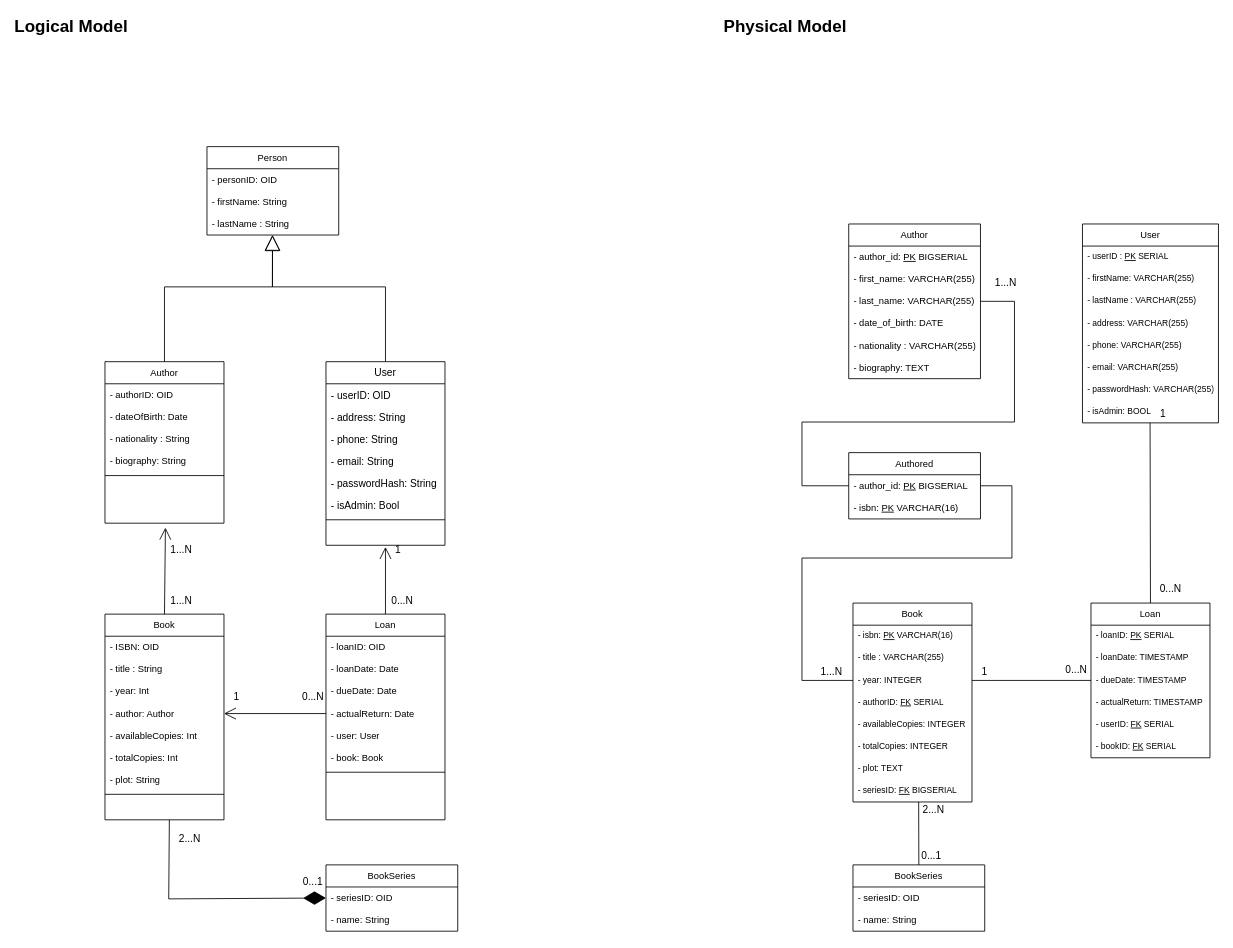
pfumarola/ld-01 keeps this draw.io diagram as docs/UML/UML.drawio.xml. Above is the earlier version. Source tidied: cells renumbered, new cells numbered last; positions are measured from the earlier drawing's top-left corner, leaving out a move shared by most shapes. Both pictures are drawn from the tidied source at 85%, with x=0, y=0 at pixel (37, 14).
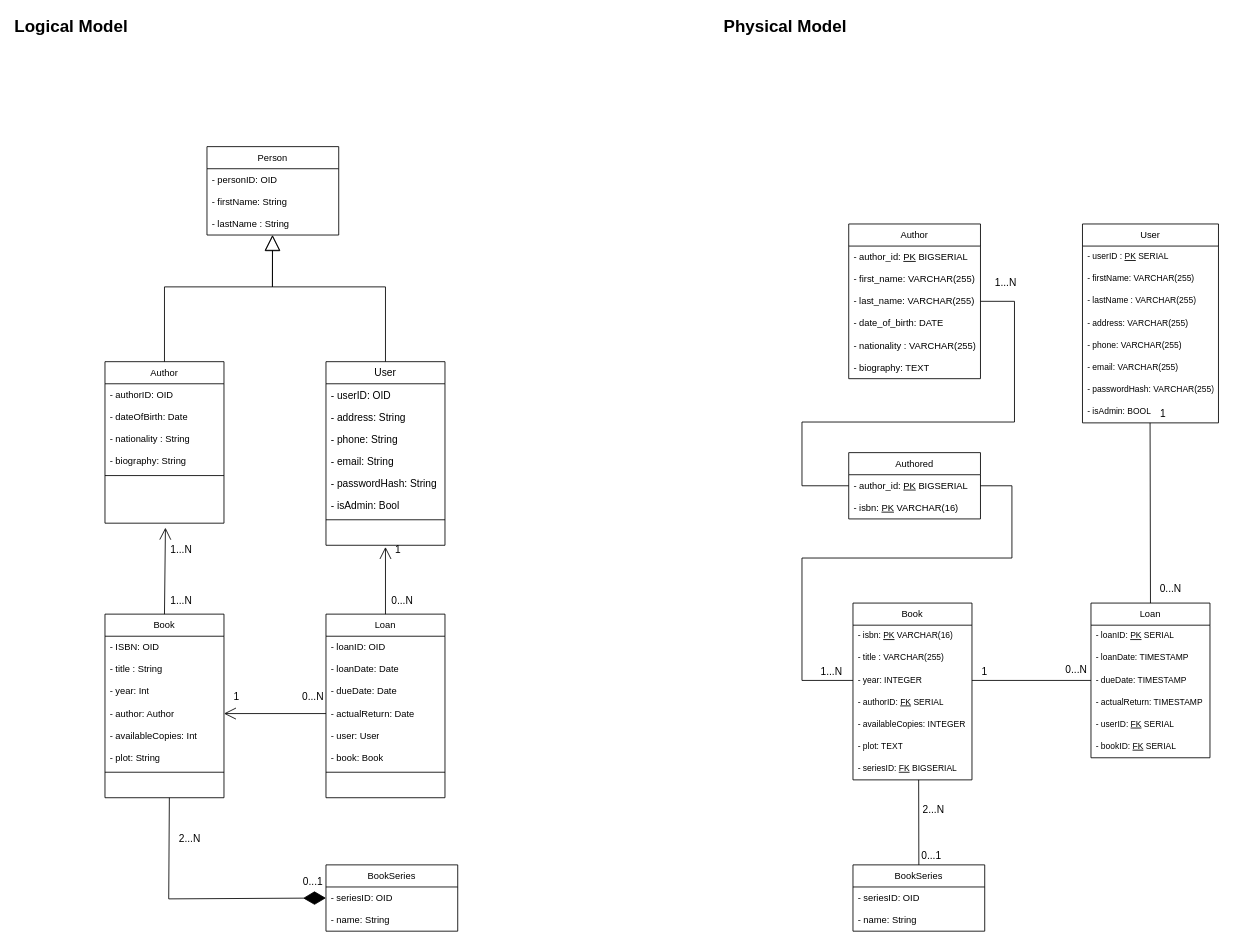
After the change.

What changed in the source:
```diff
@@
     <mxCell id="2" value="Book" style="swimlane;fontStyle=0;horizontal=1;startSize=26;fillColor=none;whiteSpace=wrap;html=1;fontSize=11;" parent="1" vertex="1">
-      <mxGeometry x="80" y="705" width="140" height="242" as="geometry" />
+      <mxGeometry x="80" y="705" width="140" height="216" as="geometry" />
     </mxCell>
@@
-    <mxCell id="8" value="- totalCopies: Int" style="text;strokeColor=none;fillColor=none;align=left;verticalAlign=top;spacingLeft=4;spacingRight=4;overflow=hidden;whiteSpace=wrap;html=1;fontSize=11;" parent="2" vertex="1">
-      <mxGeometry y="156" width="140" height="26" as="geometry" />
-    </mxCell>
     <mxCell id="9" value="- plot: String" style="text;strokeColor=none;fillColor=none;align=left;verticalAlign=top;spacingLeft=4;spacingRight=4;overflow=hidden;whiteSpace=wrap;html=1;fontSize=11;" parent="2" vertex="1">
-      <mxGeometry y="182" width="140" height="26" as="geometry" />
+      <mxGeometry y="156" width="140" height="26" as="geometry" />
     </mxCell>
     <mxCell id="10" style="line;strokeWidth=1;fillColor=none;align=left;verticalAlign=middle;spacingTop=-1;spacingLeft=3;spacingRight=3;labelPosition=right;strokeColor=inherit;" parent="2" vertex="1">
-      <mxGeometry y="208" width="140" height="8" as="geometry" />
+      <mxGeometry y="182" width="140" height="8" as="geometry" />
     </mxCell>
     <mxCell id="11" style="text;strokeColor=none;fillColor=none;align=left;verticalAlign=top;spacingLeft=4;spacingRight=4;overflow=hidden;points=[[0,0.5],[1,0.5]];portConstraint=eastwest;whiteSpace=wrap;html=1;" parent="2" vertex="1">
-      <mxGeometry y="216" width="140" height="26" as="geometry" />
+      <mxGeometry y="190" width="140" height="26" as="geometry" />
     </mxCell>
@@
     <mxCell id="29" value="Loan" style="swimlane;fontStyle=0;horizontal=1;startSize=26;fillColor=none;whiteSpace=wrap;html=1;fontSize=11;" parent="1" vertex="1">
-      <mxGeometry x="340" y="705" width="140" height="242" as="geometry" />
+      <mxGeometry x="340" y="705" width="140" height="216" as="geometry" />
     </mxCell>
@@
-    <mxCell id="38" style="text;strokeColor=none;fillColor=none;align=left;verticalAlign=top;spacingLeft=4;spacingRight=4;overflow=hidden;whiteSpace=wrap;html=1;" parent="29" vertex="1">
-      <mxGeometry y="216" width="140" height="26" as="geometry" />
-    </mxCell>
@@
     <mxCell id="45" value="Book" style="swimlane;fontStyle=0;horizontal=1;startSize=26;fillColor=none;whiteSpace=wrap;html=1;fontSize=11;" parent="1" vertex="1">
-      <mxGeometry x="960" y="692" width="140" height="234" as="geometry" />
+      <mxGeometry x="960" y="692" width="140" height="208" as="geometry" />
     </mxCell>
@@
-    <mxCell id="51" value="- totalCopies: INTEGER" style="text;strokeColor=none;fillColor=none;align=left;verticalAlign=top;spacingLeft=4;spacingRight=4;overflow=hidden;whiteSpace=wrap;html=1;fontSize=10;" parent="45" vertex="1">
-      <mxGeometry y="156" width="140" height="26" as="geometry" />
-    </mxCell>
     <mxCell id="52" value="- plot: TEXT" style="text;strokeColor=none;fillColor=none;align=left;verticalAlign=top;spacingLeft=4;spacingRight=4;overflow=hidden;whiteSpace=wrap;html=1;fontSize=10;" parent="45" vertex="1">
-      <mxGeometry y="182" width="140" height="26" as="geometry" />
+      <mxGeometry y="156" width="140" height="26" as="geometry" />
     </mxCell>
     <mxCell id="53" value="- seriesID: &lt;u&gt;FK&lt;/u&gt; BIGSERIAL" style="text;strokeColor=none;fillColor=none;align=left;verticalAlign=top;spacingLeft=4;spacingRight=4;overflow=hidden;points=[[0,0.5],[1,0.5]];portConstraint=eastwest;whiteSpace=wrap;html=1;fontSize=10;" parent="45" vertex="1">
-      <mxGeometry y="208" width="140" height="26" as="geometry" />
+      <mxGeometry y="182" width="140" height="26" as="geometry" />
     </mxCell>
```
